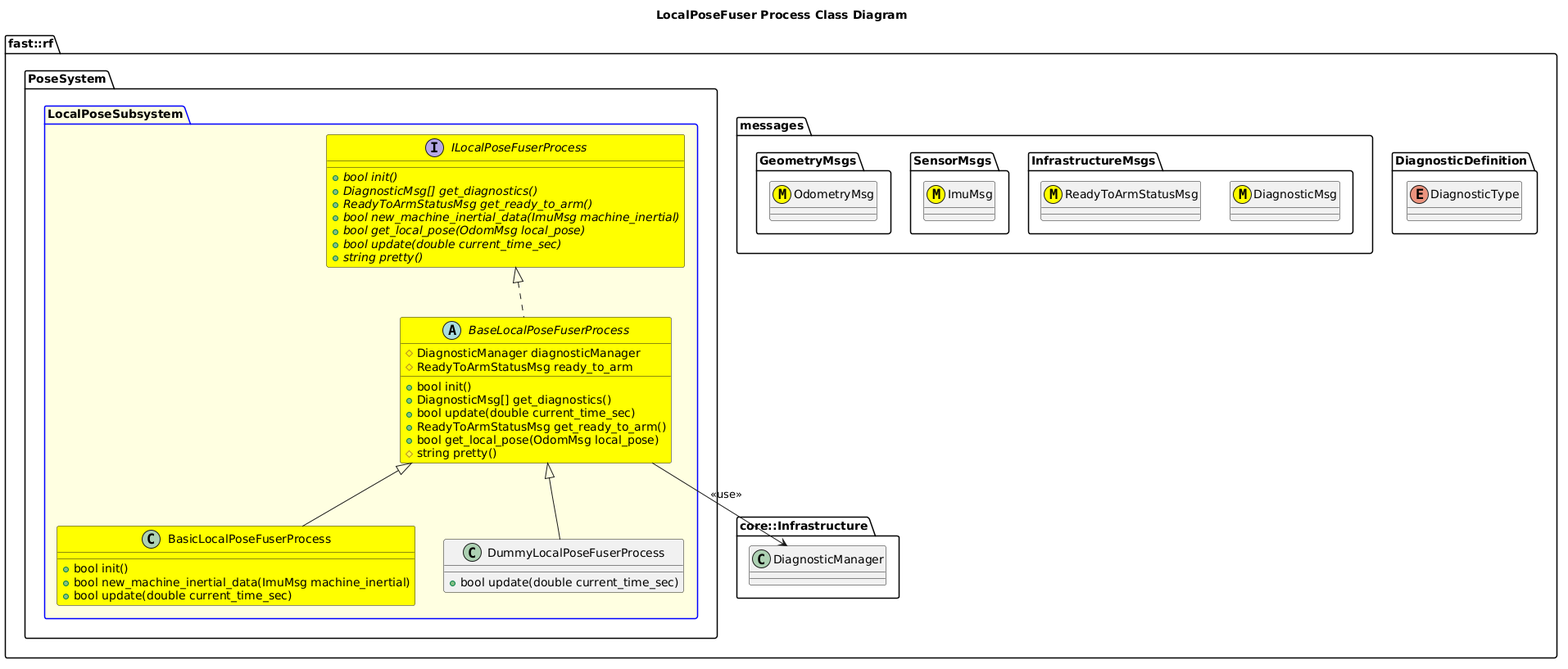
Earlier version of the PlantUML export Systems/Pose/Subsystems/LocalPose/Processes/LocalPoseFuser/doc/puml/LocalPoseFuserProcessClassDiagram.png (fastrobotics/robot_framework).
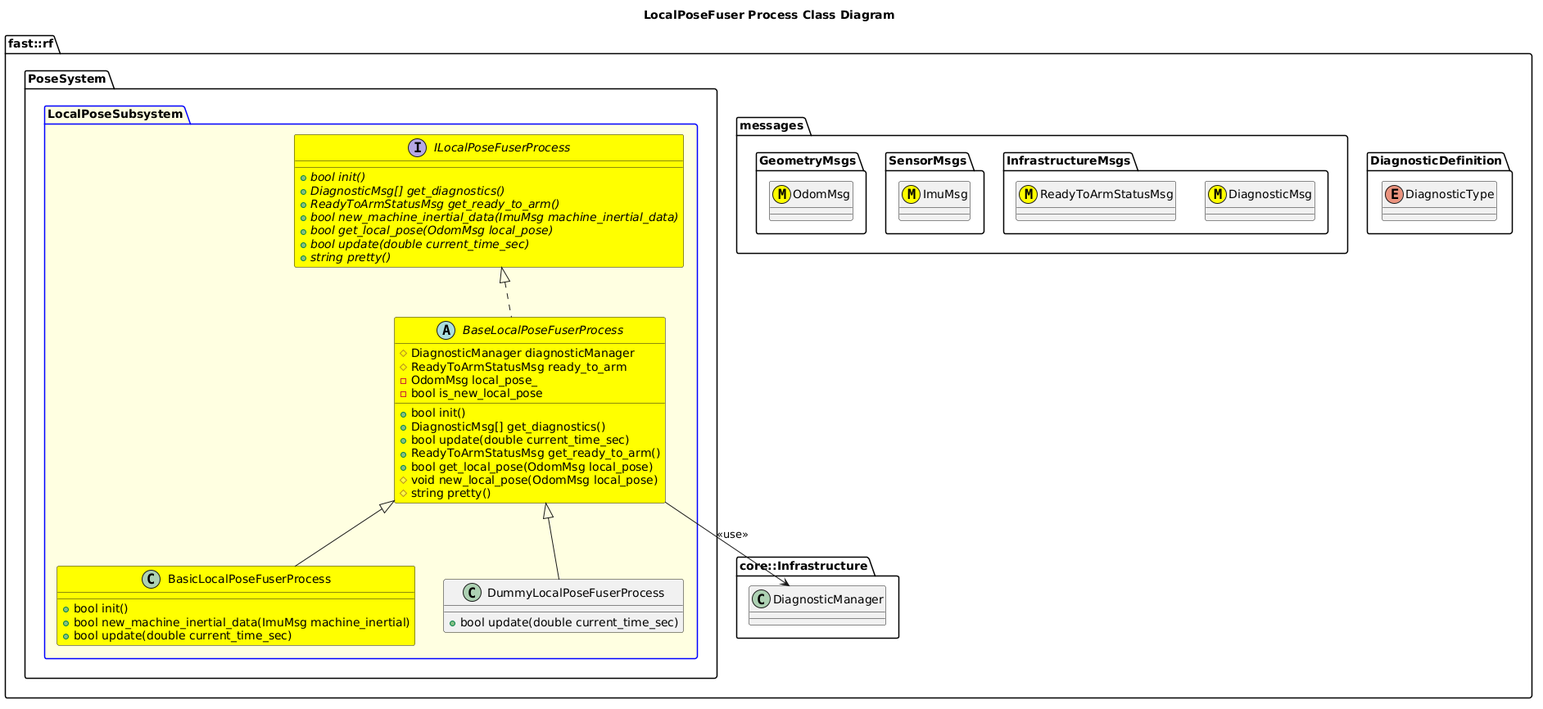
After the commit.

Diff of the diagram source:
```diff
@@ -14,7 +14,7 @@
       class ImuMsg <<(M,#FFFF00)>>
     }
     namespace GeometryMsgs {
-      class OdometryMsg <<(M,#FFFF00)>>
+      class OdomMsg <<(M,#FFFF00)>>
     }
   }
   namespace core::Infrastructure {
@@ -26,7 +26,7 @@
           +{abstract} bool init()
           +{abstract} DiagnosticMsg[] get_diagnostics()
           +{abstract} ReadyToArmStatusMsg get_ready_to_arm()
-          +{abstract} bool new_machine_inertial_data(ImuMsg machine_inertial)
+          +{abstract} bool new_machine_inertial_data(ImuMsg machine_inertial_data)
           +{abstract} bool get_local_pose(OdomMsg local_pose)
           +{abstract} bool update(double current_time_sec)
           +{abstract} string pretty()
@@ -37,9 +37,12 @@
           +bool update(double current_time_sec)
           +ReadyToArmStatusMsg get_ready_to_arm()
           +bool get_local_pose(OdomMsg local_pose)
+          #void new_local_pose(OdomMsg local_pose)
           #string pretty()
           #DiagnosticManager diagnosticManager
           #ReadyToArmStatusMsg ready_to_arm
+          -OdomMsg local_pose_
+          -bool is_new_local_pose
 
         }
         BaseLocalPoseFuserProcess .up.|> ILocalPoseFuserProcess
```
